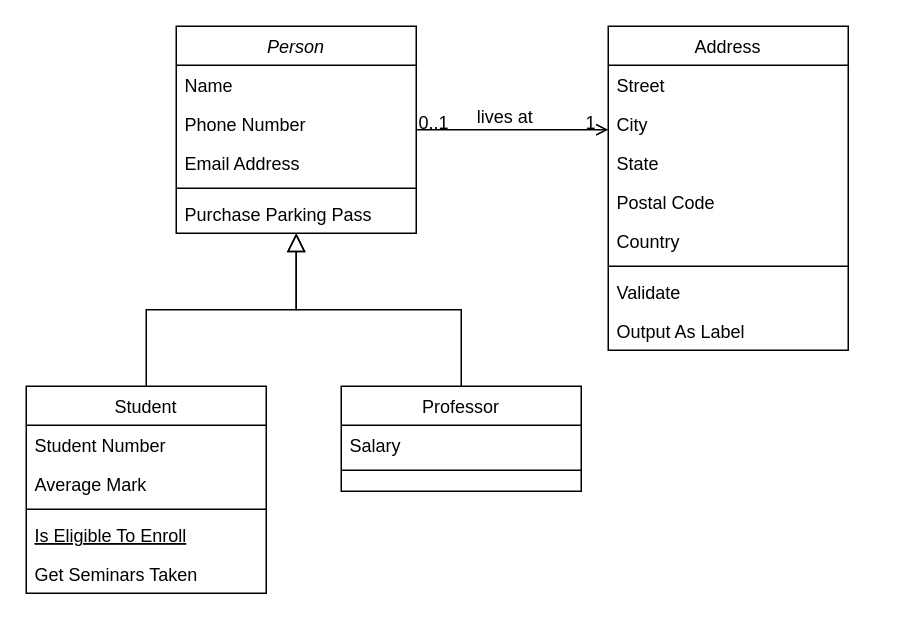
Before: Diagrama sem nome.drawio in Slenxe/FP-Markdown, a draw.io diagram. Source tidied: cells renumbered, new cells numbered last; positions are measured from the earlier drawing's top-left corner, leaving out a move shared by most shapes. Both pictures are drawn from the tidied source at 150%, with x=0, y=0 at pixel (26, 26).
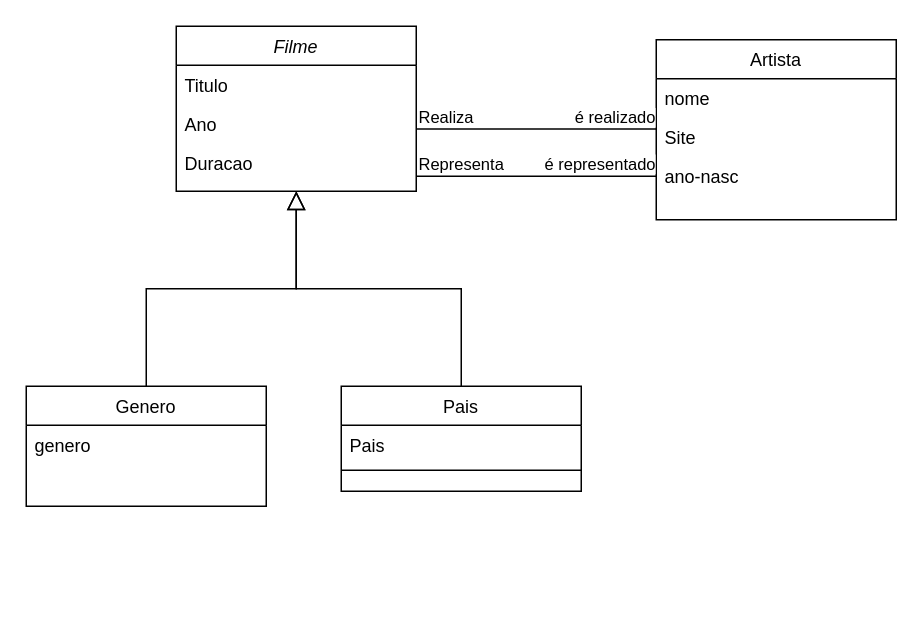
The same diagram, later.

Change to the diagram source:
```diff
@@
-    <mxCell id="2" value="Person" style="swimlane;fontStyle=2;align=center;verticalAlign=top;horizontal=1;startSize=26;rounded=0;shadow=0;strokeWidth=1;" parent="1" vertex="1">
-      <mxGeometry x="100" width="160" height="138" as="geometry" />
+    <mxCell id="2" value="Filme" style="swimlane;fontStyle=2;align=center;verticalAlign=top;horizontal=1;startSize=26;rounded=0;shadow=0;strokeWidth=1;" parent="1" vertex="1">
+      <mxGeometry x="100" width="160" height="110" as="geometry" />
     </mxCell>
-    <mxCell id="3" value="Name" style="text;align=left;verticalAlign=top;spacingLeft=4;spacingRight=4;overflow=hidden;" parent="2" vertex="1">
+    <mxCell id="3" value="Titulo" style="text;align=left;verticalAlign=top;spacingLeft=4;spacingRight=4;overflow=hidden;" parent="2" vertex="1">
       <mxGeometry y="26" width="160" height="26" as="geometry" />
     </mxCell>
-    <mxCell id="4" value="Phone Number" style="text;align=left;verticalAlign=top;spacingLeft=4;spacingRight=4;overflow=hidden;rounded=0;shadow=0;html=0;" parent="2" vertex="1">
+    <mxCell id="4" value="Ano" style="text;align=left;verticalAlign=top;spacingLeft=4;spacingRight=4;overflow=hidden;rounded=0;shadow=0;html=0;" parent="2" vertex="1">
       <mxGeometry y="52" width="160" height="26" as="geometry" />
     </mxCell>
-    <mxCell id="5" value="Email Address" style="text;align=left;verticalAlign=top;spacingLeft=4;spacingRight=4;overflow=hidden;rounded=0;shadow=0;html=0;" parent="2" vertex="1">
+    <mxCell id="5" value="Duracao" style="text;align=left;verticalAlign=top;spacingLeft=4;spacingRight=4;overflow=hidden;rounded=0;shadow=0;html=0;" parent="2" vertex="1">
       <mxGeometry y="78" width="160" height="26" as="geometry" />
     </mxCell>
-    <mxCell id="6" style="line;html=1;strokeWidth=1;align=left;verticalAlign=middle;spacingTop=-1;spacingLeft=3;spacingRight=3;labelPosition=right;" parent="2" vertex="1">
-      <mxGeometry y="104" width="160" height="8" as="geometry" />
-    </mxCell>
-    <mxCell id="7" value="Purchase Parking Pass" style="text;align=left;verticalAlign=top;spacingLeft=4;spacingRight=4;overflow=hidden;" parent="2" vertex="1">
-      <mxGeometry y="112" width="160" height="26" as="geometry" />
-    </mxCell>
-    <mxCell id="8" value="Student" style="swimlane;fontStyle=0;align=center;verticalAlign=top;horizontal=1;startSize=26;rounded=0;shadow=0;strokeWidth=1;" parent="1" vertex="1">
-      <mxGeometry y="240" width="160" height="138" as="geometry" />
+    <mxCell id="8" value="Genero" style="swimlane;fontStyle=0;align=center;verticalAlign=top;horizontal=1;startSize=26;rounded=0;shadow=0;strokeWidth=1;" parent="1" vertex="1">
+      <mxGeometry y="240" width="160" height="80" as="geometry" />
     </mxCell>
-    <mxCell id="9" value="Student Number" style="text;align=left;verticalAlign=top;spacingLeft=4;spacingRight=4;overflow=hidden;" parent="8" vertex="1">
+    <mxCell id="9" value="genero" style="text;align=left;verticalAlign=top;spacingLeft=4;spacingRight=4;overflow=hidden;" parent="8" vertex="1">
       <mxGeometry y="26" width="160" height="26" as="geometry" />
     </mxCell>
-    <mxCell id="10" value="Average Mark" style="text;align=left;verticalAlign=top;spacingLeft=4;spacingRight=4;overflow=hidden;rounded=0;shadow=0;html=0;" parent="8" vertex="1">
-      <mxGeometry y="52" width="160" height="26" as="geometry" />
-    </mxCell>
-    <mxCell id="11" style="line;html=1;strokeWidth=1;align=left;verticalAlign=middle;spacingTop=-1;spacingLeft=3;spacingRight=3;labelPosition=right;" parent="8" vertex="1">
-      <mxGeometry y="78" width="160" height="8" as="geometry" />
-    </mxCell>
-    <mxCell id="12" value="Is Eligible To Enroll" style="text;align=left;verticalAlign=top;spacingLeft=4;spacingRight=4;overflow=hidden;fontStyle=4;" parent="8" vertex="1">
-      <mxGeometry y="86" width="160" height="26" as="geometry" />
-    </mxCell>
-    <mxCell id="13" value="Get Seminars Taken" style="text;align=left;verticalAlign=top;spacingLeft=4;spacingRight=4;overflow=hidden;" parent="8" vertex="1">
-      <mxGeometry y="112" width="160" height="26" as="geometry" />
-    </mxCell>
@@
-    <mxCell id="15" value="Professor" style="swimlane;fontStyle=0;align=center;verticalAlign=top;horizontal=1;startSize=26;rounded=0;shadow=0;strokeWidth=1;" parent="1" vertex="1">
+    <mxCell id="15" value="Pais" style="swimlane;fontStyle=0;align=center;verticalAlign=top;horizontal=1;startSize=26;rounded=0;shadow=0;strokeWidth=1;" parent="1" vertex="1">
       <mxGeometry x="210" y="240" width="160" height="70" as="geometry" />
     </mxCell>
-    <mxCell id="16" value="Salary" style="text;align=left;verticalAlign=top;spacingLeft=4;spacingRight=4;overflow=hidden;" parent="15" vertex="1">
+    <mxCell id="16" value="Pais" style="text;align=left;verticalAlign=top;spacingLeft=4;spacingRight=4;overflow=hidden;" parent="15" vertex="1">
       <mxGeometry y="26" width="160" height="26" as="geometry" />
     </mxCell>
@@
-    <mxCell id="19" value="Address" style="swimlane;fontStyle=0;align=center;verticalAlign=top;horizontal=1;startSize=26;rounded=0;shadow=0;strokeWidth=1;" parent="1" vertex="1">
-      <mxGeometry x="388" width="160" height="216" as="geometry" />
+    <mxCell id="19" value="Artista" style="swimlane;fontStyle=0;align=center;verticalAlign=top;horizontal=1;startSize=26;rounded=0;shadow=0;strokeWidth=1;" parent="1" vertex="1">
+      <mxGeometry x="420" y="9" width="160" height="120" as="geometry" />
     </mxCell>
-    <mxCell id="20" value="Street" style="text;align=left;verticalAlign=top;spacingLeft=4;spacingRight=4;overflow=hidden;" parent="19" vertex="1">
+    <mxCell id="20" value="nome" style="text;align=left;verticalAlign=top;spacingLeft=4;spacingRight=4;overflow=hidden;" parent="19" vertex="1">
       <mxGeometry y="26" width="160" height="26" as="geometry" />
     </mxCell>
-    <mxCell id="21" value="City" style="text;align=left;verticalAlign=top;spacingLeft=4;spacingRight=4;overflow=hidden;rounded=0;shadow=0;html=0;" parent="19" vertex="1">
+    <mxCell id="21" value="Site" style="text;align=left;verticalAlign=top;spacingLeft=4;spacingRight=4;overflow=hidden;rounded=0;shadow=0;html=0;" parent="19" vertex="1">
       <mxGeometry y="52" width="160" height="26" as="geometry" />
     </mxCell>
-    <mxCell id="22" value="State" style="text;align=left;verticalAlign=top;spacingLeft=4;spacingRight=4;overflow=hidden;rounded=0;shadow=0;html=0;" parent="19" vertex="1">
+    <mxCell id="22" value="ano-nasc" style="text;align=left;verticalAlign=top;spacingLeft=4;spacingRight=4;overflow=hidden;rounded=0;shadow=0;html=0;" parent="19" vertex="1">
       <mxGeometry y="78" width="160" height="26" as="geometry" />
     </mxCell>
-    <mxCell id="23" value="Postal Code" style="text;align=left;verticalAlign=top;spacingLeft=4;spacingRight=4;overflow=hidden;rounded=0;shadow=0;html=0;" parent="19" vertex="1">
-      <mxGeometry y="104" width="160" height="26" as="geometry" />
-    </mxCell>
-    <mxCell id="24" value="Country" style="text;align=left;verticalAlign=top;spacingLeft=4;spacingRight=4;overflow=hidden;rounded=0;shadow=0;html=0;" parent="19" vertex="1">
-      <mxGeometry y="130" width="160" height="26" as="geometry" />
-    </mxCell>
-    <mxCell id="25" style="line;html=1;strokeWidth=1;align=left;verticalAlign=middle;spacingTop=-1;spacingLeft=3;spacingRight=3;labelPosition=right;" parent="19" vertex="1">
-      <mxGeometry y="156" width="160" height="8" as="geometry" />
-    </mxCell>
-    <mxCell id="26" value="Validate" style="text;align=left;verticalAlign=top;spacingLeft=4;spacingRight=4;overflow=hidden;" parent="19" vertex="1">
-      <mxGeometry y="164" width="160" height="26" as="geometry" />
-    </mxCell>
-    <mxCell id="27" value="Output As Label" style="text;align=left;verticalAlign=top;spacingLeft=4;spacingRight=4;overflow=hidden;" parent="19" vertex="1">
-      <mxGeometry y="190" width="160" height="26" as="geometry" />
-    </mxCell>
-    <mxCell id="28" style="endArrow=open;shadow=0;strokeWidth=1;rounded=0;curved=0;endFill=1;edgeStyle=elbowEdgeStyle;elbow=vertical;" parent="1" edge="1" source="2" target="19">
-      <mxGeometry x="0.5" y="41" relative="1" as="geometry">
-        <mxPoint x="-40" y="32" as="offset" />
-      </mxGeometry>
-    </mxCell>
-    <mxCell id="29" value="0..1" style="align=left;verticalAlign=bottom;labelBackgroundColor=none;fontSize=12;" parent="28" vertex="1">
-      <mxGeometry x="-1" relative="1" as="geometry">
-        <mxPoint y="4" as="offset" />
-      </mxGeometry>
-    </mxCell>
-    <mxCell id="30" value="1" style="align=right;verticalAlign=bottom;labelBackgroundColor=none;fontSize=12;" parent="28" vertex="1">
-      <mxGeometry x="1" relative="1" as="geometry">
-        <mxPoint x="-7" y="4" as="offset" />
-      </mxGeometry>
-    </mxCell>
-    <mxCell id="31" value="lives at" style="text;html=1;align=center;verticalAlign=middle;labelBackgroundColor=none;rounded=0;shadow=0;strokeWidth=1;fontSize=12;" parent="28" vertex="1">
-      <mxGeometry x="0.5" y="49" relative="1" as="geometry">
-        <mxPoint x="-38" y="40" as="offset" />
-      </mxGeometry>
-    </mxCell>
+    <mxCell id="32" style="endArrow=none;html=1;edgeStyle=orthogonalEdgeStyle;rounded=0;" parent="1" edge="1">
+      <mxGeometry relative="1" as="geometry">
+        <mxPoint x="260" y="68.5" as="sourcePoint" />
+        <mxPoint x="420" y="68.5" as="targetPoint" />
+      </mxGeometry>
+    </mxCell>
+    <mxCell id="33" value="Realiza" style="edgeLabel;html=1;align=left;verticalAlign=bottom;" parent="32" vertex="1">
+      <mxGeometry x="-1" relative="1" as="geometry" />
+    </mxCell>
+    <mxCell id="34" value="é realizado" style="edgeLabel;html=1;align=right;verticalAlign=bottom;" parent="32" vertex="1">
+      <mxGeometry x="1" relative="1" as="geometry" />
+    </mxCell>
+    <mxCell id="35" style="endArrow=none;html=1;edgeStyle=orthogonalEdgeStyle;rounded=0;" parent="1" edge="1">
+      <mxGeometry relative="1" as="geometry">
+        <mxPoint x="260" y="100" as="sourcePoint" />
+        <mxPoint x="420" y="100" as="targetPoint" />
+      </mxGeometry>
+    </mxCell>
+    <mxCell id="36" value="Representa" style="edgeLabel;html=1;align=left;verticalAlign=bottom;" parent="35" vertex="1">
+      <mxGeometry x="-1" relative="1" as="geometry" />
+    </mxCell>
+    <mxCell id="37" value="é representado" style="edgeLabel;html=1;align=right;verticalAlign=bottom;" parent="35" vertex="1">
+      <mxGeometry x="1" relative="1" as="geometry" />
+    </mxCell>
```
